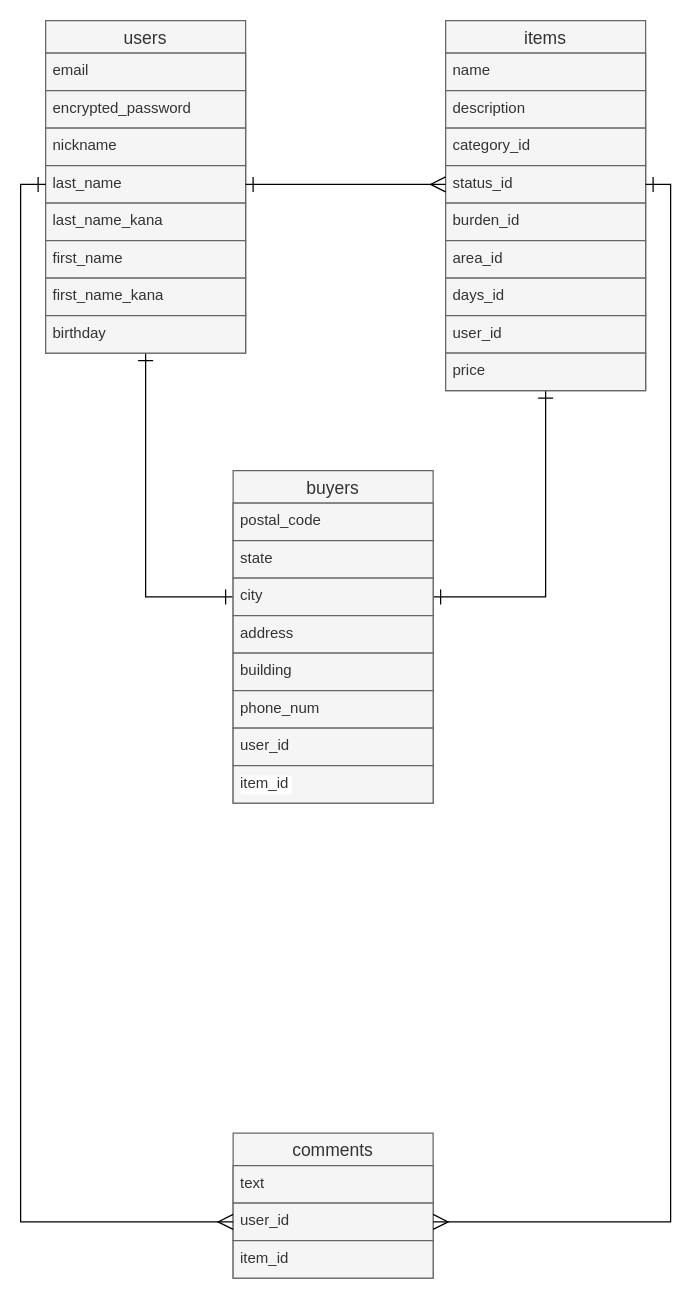
Earlier version of the draw.io diagram ER.dio (samanosuke-akechi/furima-34566). Source tidied: cells renumbered, new cells numbered last; positions are measured from the earlier drawing's top-left corner, leaving out a move shared by most shapes. Both pictures are drawn from the tidied source at 125%, with x=0, y=0 at pixel (45, 20).
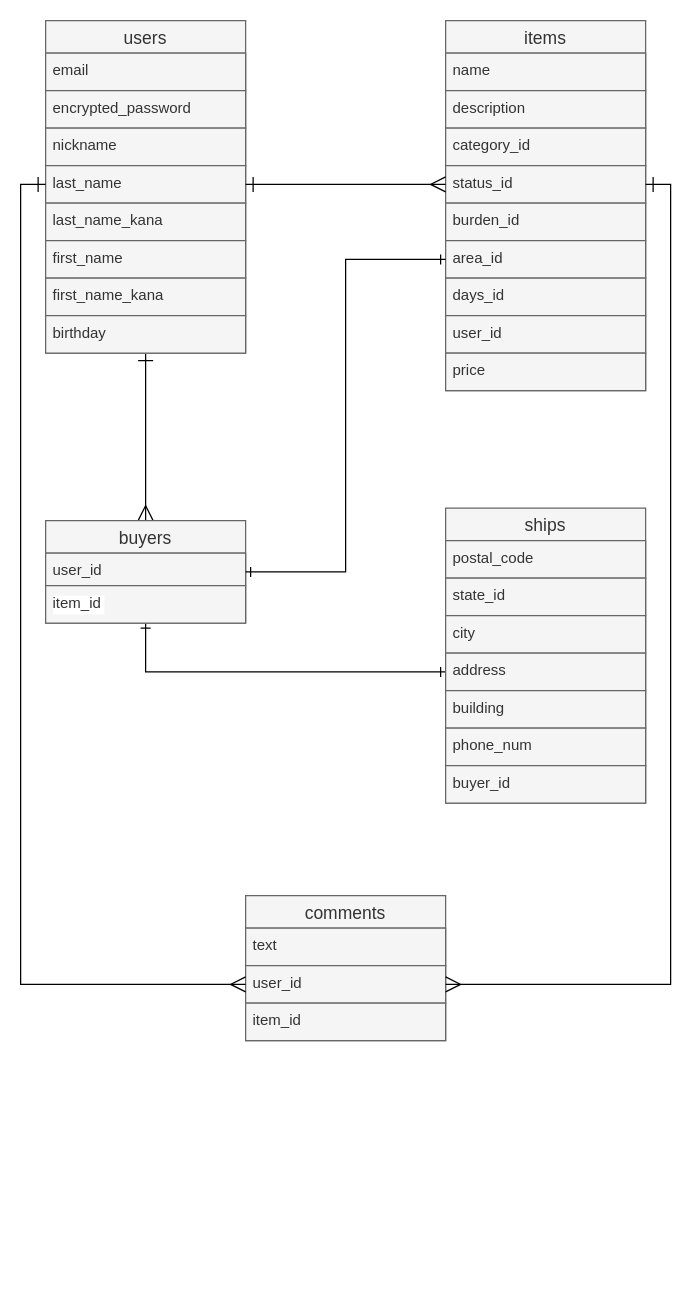
The same page after the edit.

Unchanged cells that the change refers to:
```xml
<mxCell id="3" value="users" style="swimlane;fontStyle=0;horizontal=1;startSize=26;align=center;fontSize=14;fillColor=#f5f5f5;strokeColor=#666666;fontColor=#333333;" parent="1" vertex="1">
  <mxGeometry width="160" height="266" as="geometry" />
</mxCell>
<mxCell id="13" value="items" style="swimlane;fontStyle=0;horizontal=1;startSize=26;align=center;fontSize=14;fillColor=#f5f5f5;strokeColor=#666666;fontColor=#333333;" parent="1" vertex="1">
  <mxGeometry x="320" width="160" height="296" as="geometry" />
</mxCell>
<mxCell id="19" value="area_id" style="text;strokeColor=#666666;fillColor=#f5f5f5;spacingLeft=4;spacingRight=4;overflow=hidden;points=[[0,0.5],[1,0.5]];portConstraint=eastwest;fontSize=12;fontColor=#333333;" parent="13" vertex="1">
  <mxGeometry y="176" width="160" height="30" as="geometry" />
</mxCell>
```

What changed in the source:
```diff
@@
-    <mxCell id="2" style="edgeStyle=orthogonalEdgeStyle;rounded=0;jettySize=auto;html=1;exitX=0.5;exitY=1;exitDx=0;exitDy=0;entryX=0;entryY=0.5;entryDx=0;entryDy=0;startArrow=ERone;startFill=0;endArrow=ERone;endFill=0;strokeColor=#000000;endSize=10;startSize=10;" parent="1" edge="1" source="3" target="33">
-      <mxGeometry relative="1" as="geometry" />
+    <mxCell id="2" style="edgeStyle=orthogonalEdgeStyle;rounded=0;jettySize=auto;html=1;exitX=0.5;exitY=1;exitDx=0;exitDy=0;entryX=0.5;entryY=0;entryDx=0;entryDy=0;startArrow=ERone;startFill=0;endArrow=ERmany;endFill=0;strokeColor=#000000;endSize=10;startSize=10;" parent="1" edge="1" source="3" target="30">
+      <mxGeometry relative="1" as="geometry">
+        <Array as="points">
+          <mxPoint x="80" y="380" />
+          <mxPoint x="80" y="380" />
+        </Array>
+      </mxGeometry>
     </mxCell>
@@
-    <mxCell id="12" style="edgeStyle=orthogonalEdgeStyle;rounded=0;jettySize=auto;html=1;entryX=1;entryY=0.5;entryDx=0;entryDy=0;startArrow=ERone;startFill=0;endArrow=ERone;endFill=0;strokeColor=#000000;endSize=10;startSize=10;" parent="1" edge="1" source="13" target="33">
-      <mxGeometry relative="1" as="geometry">
-        <Array as="points">
-          <mxPoint x="400" y="461" />
-        </Array>
-      </mxGeometry>
-    </mxCell>
@@
     <mxCell id="23" value="comments" style="swimlane;fontStyle=0;horizontal=1;startSize=26;align=center;fontSize=14;fillColor=#f5f5f5;strokeColor=#666666;fontColor=#333333;" parent="1" vertex="1">
-      <mxGeometry x="150" y="890" width="160" height="116" as="geometry" />
+      <mxGeometry x="160" y="700" width="160" height="116" as="geometry" />
     </mxCell>
@@
+    <mxCell id="39" style="edgeStyle=orthogonalEdgeStyle;rounded=0;jettySize=auto;html=1;exitX=0.5;exitY=1;exitDx=0;exitDy=0;entryX=0;entryY=0.5;entryDx=0;entryDy=0;startArrow=ERone;startFill=0;endArrow=ERone;endFill=0;strokeColor=#000000;" parent="1" edge="1" source="30" target="34">
+      <mxGeometry relative="1" as="geometry" />
+    </mxCell>
     <mxCell id="30" value="buyers" style="swimlane;fontStyle=0;horizontal=1;startSize=26;align=center;fontSize=14;fillColor=#f5f5f5;strokeColor=#666666;fontColor=#333333;" parent="1" vertex="1">
-      <mxGeometry x="150" y="360" width="160" height="266" as="geometry" />
+      <mxGeometry y="400" width="160" height="82" as="geometry" />
     </mxCell>
+    <mxCell id="37" value="user_id" style="text;strokeColor=#666666;fillColor=#f5f5f5;spacingLeft=4;spacingRight=4;overflow=hidden;fontSize=12;fontColor=#333333;" parent="30" vertex="1">
+      <mxGeometry y="26" width="160" height="26" as="geometry" />
+    </mxCell>
+    <mxCell id="38" value="item_id" style="text;strokeColor=#666666;fillColor=#f5f5f5;spacingLeft=4;spacingRight=4;overflow=hidden;fontSize=12;labelBackgroundColor=#ffffff;fontColor=#333333;" parent="30" vertex="1">
+      <mxGeometry y="52" width="160" height="30" as="geometry" />
+    </mxCell>
+    <mxCell id="40" value="ships" style="swimlane;fontStyle=0;horizontal=1;startSize=26;align=center;fontSize=14;fillColor=#f5f5f5;strokeColor=#666666;fontColor=#333333;" parent="1" vertex="1">
+      <mxGeometry x="320" y="390" width="160" height="236" as="geometry" />
+    </mxCell>
-    <mxCell id="31" value="postal_code" style="text;strokeColor=#666666;fillColor=#f5f5f5;spacingLeft=4;spacingRight=4;overflow=hidden;fontSize=12;fontColor=#333333;" parent="30" vertex="1">
+    <mxCell id="31" value="postal_code" style="text;strokeColor=#666666;fillColor=#f5f5f5;spacingLeft=4;spacingRight=4;overflow=hidden;fontSize=12;fontColor=#333333;" parent="40" vertex="1">
       <mxGeometry y="26" width="160" height="30" as="geometry" />
     </mxCell>
-    <mxCell id="32" value="state" style="text;strokeColor=#666666;fillColor=#f5f5f5;spacingLeft=4;spacingRight=4;overflow=hidden;fontSize=12;fontColor=#333333;" parent="30" vertex="1">
+    <mxCell id="32" value="state_id" style="text;strokeColor=#666666;fillColor=#f5f5f5;spacingLeft=4;spacingRight=4;overflow=hidden;fontSize=12;fontColor=#333333;" parent="40" vertex="1">
       <mxGeometry y="56" width="160" height="30" as="geometry" />
     </mxCell>
-    <mxCell id="33" value="city" style="text;strokeColor=#666666;fillColor=#f5f5f5;spacingLeft=4;spacingRight=4;overflow=hidden;points=[[0,0.5],[1,0.5]];portConstraint=eastwest;fontSize=12;fontColor=#333333;" parent="30" vertex="1">
+    <mxCell id="33" value="city" style="text;strokeColor=#666666;fillColor=#f5f5f5;spacingLeft=4;spacingRight=4;overflow=hidden;points=[[0,0.5],[1,0.5]];portConstraint=eastwest;fontSize=12;fontColor=#333333;" parent="40" vertex="1">
       <mxGeometry y="86" width="160" height="30" as="geometry" />
     </mxCell>
-    <mxCell id="34" value="address" style="text;strokeColor=#666666;fillColor=#f5f5f5;spacingLeft=4;spacingRight=4;overflow=hidden;points=[[0,0.5],[1,0.5]];portConstraint=eastwest;fontSize=12;fontColor=#333333;" parent="30" vertex="1">
+    <mxCell id="34" value="address" style="text;strokeColor=#666666;fillColor=#f5f5f5;spacingLeft=4;spacingRight=4;overflow=hidden;points=[[0,0.5],[1,0.5]];portConstraint=eastwest;fontSize=12;fontColor=#333333;" parent="40" vertex="1">
       <mxGeometry y="116" width="160" height="30" as="geometry" />
     </mxCell>
-    <mxCell id="35" value="building" style="text;strokeColor=#666666;fillColor=#f5f5f5;spacingLeft=4;spacingRight=4;overflow=hidden;fontSize=12;fontColor=#333333;" parent="30" vertex="1">
+    <mxCell id="35" value="building" style="text;strokeColor=#666666;fillColor=#f5f5f5;spacingLeft=4;spacingRight=4;overflow=hidden;fontSize=12;fontColor=#333333;" parent="40" vertex="1">
       <mxGeometry y="146" width="160" height="30" as="geometry" />
     </mxCell>
-    <mxCell id="36" value="phone_num" style="text;strokeColor=#666666;fillColor=#f5f5f5;spacingLeft=4;spacingRight=4;overflow=hidden;fontSize=12;fontColor=#333333;" parent="30" vertex="1">
+    <mxCell id="36" value="phone_num" style="text;strokeColor=#666666;fillColor=#f5f5f5;spacingLeft=4;spacingRight=4;overflow=hidden;fontSize=12;fontColor=#333333;" parent="40" vertex="1">
       <mxGeometry y="176" width="160" height="30" as="geometry" />
     </mxCell>
-    <mxCell id="37" value="user_id" style="text;strokeColor=#666666;fillColor=#f5f5f5;spacingLeft=4;spacingRight=4;overflow=hidden;fontSize=12;fontColor=#333333;" parent="30" vertex="1">
-      <mxGeometry y="206" width="160" height="30" as="geometry" />
-    </mxCell>
-    <mxCell id="38" value="item_id" style="text;strokeColor=#666666;fillColor=#f5f5f5;spacingLeft=4;spacingRight=4;overflow=hidden;fontSize=12;labelBackgroundColor=#ffffff;fontColor=#333333;" parent="30" vertex="1">
-      <mxGeometry y="236" width="160" height="30" as="geometry" />
-    </mxCell>
+    <mxCell id="41" value="buyer_id" style="text;strokeColor=#666666;fillColor=#f5f5f5;spacingLeft=4;spacingRight=4;overflow=hidden;fontSize=12;fontColor=#333333;" parent="40" vertex="1">
+      <mxGeometry y="206" width="160" height="30" as="geometry" />
+    </mxCell>
+    <mxCell id="42" style="edgeStyle=orthogonalEdgeStyle;rounded=0;jettySize=auto;html=1;exitX=0;exitY=0.5;exitDx=0;exitDy=0;entryX=1;entryY=0.5;entryDx=0;entryDy=0;endArrow=ERone;endFill=0;startArrow=ERone;startFill=0;strokeColor=#000000;" parent="1" edge="1" source="19" target="30">
+      <mxGeometry relative="1" as="geometry" />
+    </mxCell>
```
